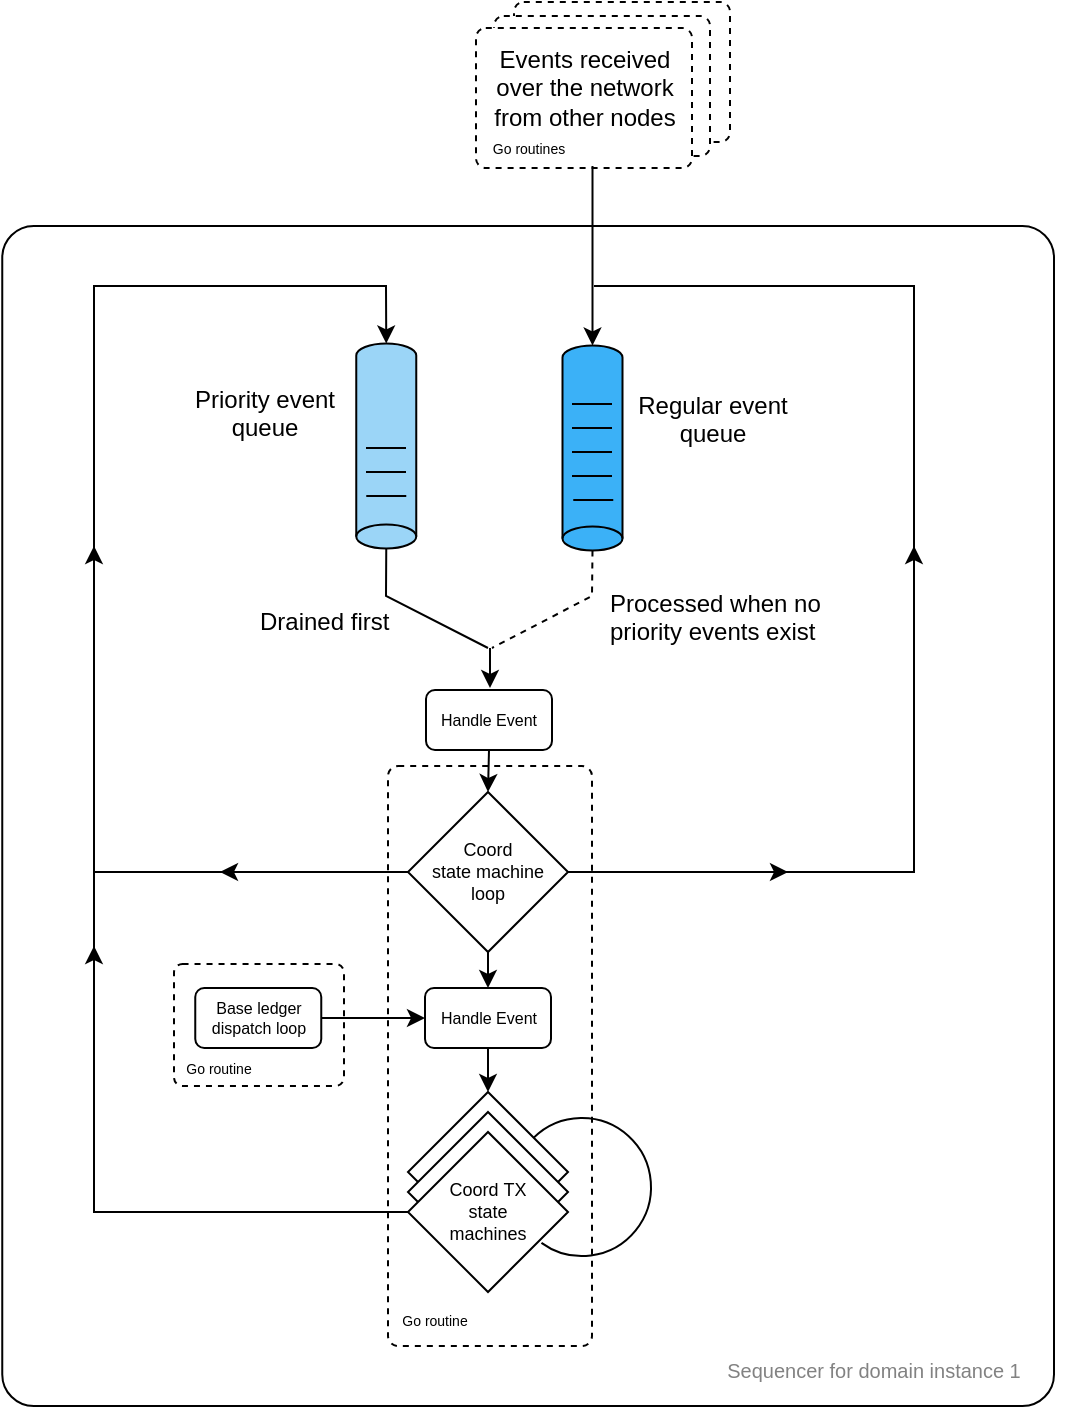
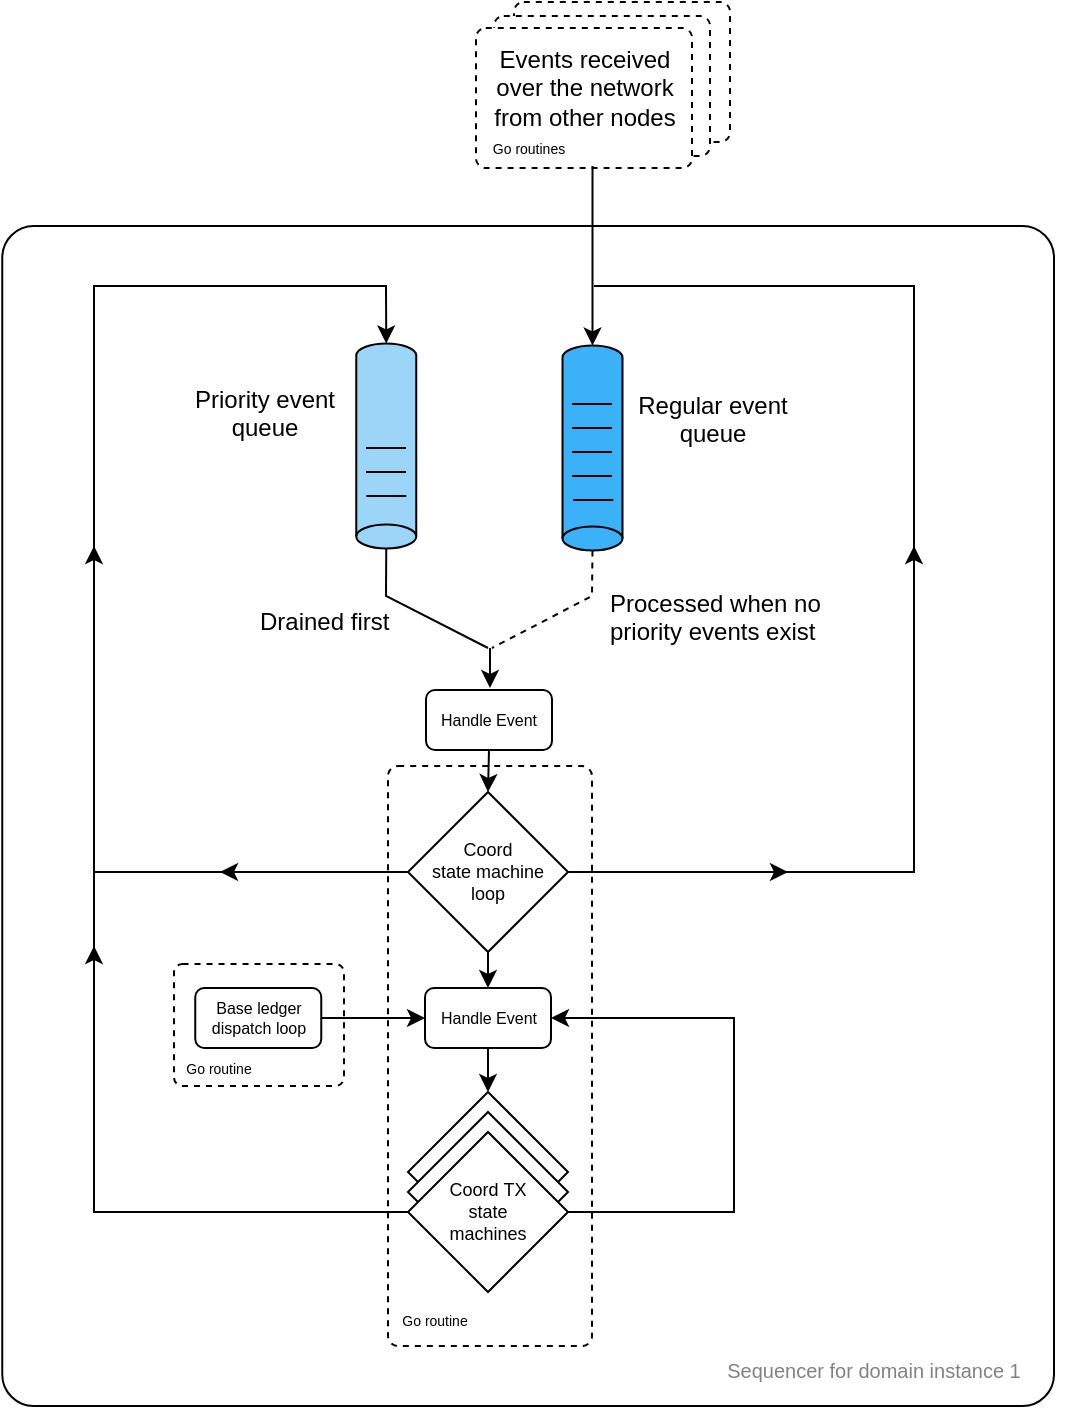
<mxfile host="app.diagrams.net" agent="Mozilla/5.0 (Macintosh; Intel Mac OS X 10_15_7) AppleWebKit/537.36 (KHTML, like Gecko) Chrome/139.0.0.0 Safari/537.36">
  <diagram name="Page-1" id="C8NSOBrv79tDnDeP1kUS">
    <mxGraphModel dx="1078" dy="1001" grid="1" gridSize="10" guides="1" tooltips="1" connect="1" arrows="1" fold="1" page="1" pageScale="1" pageWidth="827" pageHeight="1169" math="0" shadow="0">
      <root>
        <mxCell id="0" />
        <mxCell id="1" parent="0" />
        <mxCell id="hJJGvJK_ioRVoAejF05v-124" parent="1" style="rounded=1;whiteSpace=wrap;verticalAlign=middle;spacing=0;fontSize=8;dashed=1;fillColor=none;arcSize=7;" value="" vertex="1">
          <mxGeometry height="61" width="85" x="1030" y="489" as="geometry" />
        </mxCell>
        <mxCell id="hJJGvJK_ioRVoAejF05v-149" parent="1" style="rounded=1;whiteSpace=wrap;verticalAlign=middle;spacing=0;fontSize=8;dashed=1;fillColor=default;arcSize=7;" value="" vertex="1">
          <mxGeometry height="70" width="108" x="1200" y="8" as="geometry" />
        </mxCell>
        <mxCell id="hJJGvJK_ioRVoAejF05v-148" parent="1" style="rounded=1;whiteSpace=wrap;verticalAlign=middle;spacing=0;fontSize=8;dashed=1;fillColor=default;arcSize=7;" value="" vertex="1">
          <mxGeometry height="70" width="108" x="1190" y="15" as="geometry" />
        </mxCell>
        <mxCell id="hJJGvJK_ioRVoAejF05v-144" parent="1" style="rounded=1;whiteSpace=wrap;verticalAlign=middle;spacing=0;fontSize=8;dashed=1;fillColor=default;arcSize=7;" value="" vertex="1">
          <mxGeometry height="70" width="108" x="1181" y="21" as="geometry" />
        </mxCell>
        <mxCell id="aNiqXzNtH5demji9GXow-4" parent="1" style="rounded=1;whiteSpace=wrap;html=1;arcSize=3;align=left;verticalAlign=bottom;spacingLeft=8;spacingBottom=4;fillColor=none;" value="" vertex="1">
          <mxGeometry height="590" width="525.87" x="944.13" y="120" as="geometry" />
        </mxCell>
        <mxCell id="hJJGvJK_ioRVoAejF05v-123" parent="1" style="rounded=1;whiteSpace=wrap;verticalAlign=middle;spacing=0;fontSize=8;dashed=1;fillColor=none;arcSize=5;" value="" vertex="1">
          <mxGeometry height="290" width="102" x="1137" y="390" as="geometry" />
        </mxCell>
        <mxCell id="aNiqXzNtH5demji9GXow-8" parent="1" style="rhombus;whiteSpace=wrap;html=1;fontSize=9;fillColor=default;" value="&lt;font&gt;Coord&lt;/font&gt;&lt;div&gt;&lt;div&gt;&lt;font&gt;state&amp;nbsp;&lt;/font&gt;&lt;span style=&quot;background-color: transparent; color: light-dark(rgb(0, 0, 0), rgb(255, 255, 255));&quot;&gt;machine&lt;/span&gt;&lt;/div&gt;&lt;div&gt;&lt;font&gt;loop&lt;/font&gt;&lt;/div&gt;&lt;/div&gt;" vertex="1">
          <mxGeometry height="80" width="80" x="1147" y="403" as="geometry" />
        </mxCell>
        <mxCell id="aNiqXzNtH5demji9GXow-9" parent="1" style="rhombus;whiteSpace=wrap;html=1;fontSize=9;" value="&lt;font&gt;Coord&lt;/font&gt;&lt;div&gt;&lt;font&gt;TX state&lt;/font&gt;&lt;/div&gt;&lt;div&gt;&lt;font&gt;machine&lt;/font&gt;&lt;/div&gt;" vertex="1">
          <mxGeometry height="80" width="80" x="1147" y="553" as="geometry" />
        </mxCell>
        <mxCell id="aNiqXzNtH5demji9GXow-10" parent="1" style="rhombus;whiteSpace=wrap;html=1;fontSize=9;" value="&lt;font&gt;Coord&lt;/font&gt;&lt;div&gt;&lt;font&gt;TX state&lt;/font&gt;&lt;/div&gt;&lt;div&gt;&lt;font&gt;machine&lt;/font&gt;&lt;/div&gt;" vertex="1">
          <mxGeometry height="80" width="80" x="1147" y="563" as="geometry" />
        </mxCell>
        <mxCell id="aNiqXzNtH5demji9GXow-11" parent="1" style="rhombus;whiteSpace=wrap;html=1;fontSize=9;direction=south;" value="&lt;font&gt;Coord&amp;nbsp;&lt;/font&gt;&lt;span style=&quot;background-color: transparent; color: light-dark(rgb(0, 0, 0), rgb(255, 255, 255));&quot;&gt;TX&lt;/span&gt;&lt;div&gt;&lt;div&gt;&lt;font&gt;state&lt;/font&gt;&lt;/div&gt;&lt;div&gt;&lt;span style=&quot;background-color: transparent; color: light-dark(rgb(0, 0, 0), rgb(255, 255, 255));&quot;&gt;machines&lt;/span&gt;&lt;/div&gt;&lt;/div&gt;" vertex="1">
          <mxGeometry height="80" width="80" x="1147" y="573" as="geometry" />
        </mxCell>
        <mxCell id="RWjuaOt8oKPFvKvxVDz4-2" parent="1" style="shape=cylinder3;whiteSpace=wrap;html=1;boundedLbl=1;backgroundOutline=1;size=5.999999999999773;rotation=90;direction=south;fillColor=#9BD5F7;" value="" vertex="1">
          <mxGeometry height="30" width="102.5" x="1084.88" y="215" as="geometry" />
        </mxCell>
        <mxCell id="RWjuaOt8oKPFvKvxVDz4-19" edge="1" parent="1" source="aNiqXzNtH5demji9GXow-8" style="endArrow=classic;html=1;rounded=0;exitX=0.5;exitY=1;exitDx=0;exitDy=0;entryX=0.5;entryY=0;entryDx=0;entryDy=0;" target="hJJGvJK_ioRVoAejF05v-150" value="">
          <mxGeometry height="50" relative="1" width="50" as="geometry">
            <mxPoint x="1146.6" y="416" as="sourcePoint" />
            <mxPoint x="1530" y="460" as="targetPoint" />
          </mxGeometry>
        </mxCell>
        <mxCell id="hJJGvJK_ioRVoAejF05v-11" edge="1" parent="1" style="endArrow=none;html=1;rounded=0;entryX=0.167;entryY=0.706;entryDx=0;entryDy=0;entryPerimeter=0;" value="">
          <mxGeometry height="50" relative="1" width="50" as="geometry">
            <mxPoint x="1126.13" y="255" as="sourcePoint" />
            <mxPoint x="1146.13" y="255" as="targetPoint" />
          </mxGeometry>
        </mxCell>
        <mxCell id="hJJGvJK_ioRVoAejF05v-15" parent="1" style="rounded=1;whiteSpace=wrap;fontSize=7;align=center;verticalAlign=top;arcSize=5;fontFamily=Helvetica;spacingLeft=6;spacingTop=2;html=1;textDirection=ltr;strokeColor=none;fillColor=none;" value="&lt;span style=&quot;font-size: 12px;&quot;&gt;Events received over the network from other nodes&lt;/span&gt;" vertex="1">
          <mxGeometry height="25" width="110.5" x="1177" y="21" as="geometry" />
        </mxCell>
        <mxCell id="hJJGvJK_ioRVoAejF05v-70" edge="1" parent="1" source="RWjuaOt8oKPFvKvxVDz4-2" style="endArrow=none;html=1;rounded=0;exitX=0.5;exitY=0;exitDx=0;exitDy=0;exitPerimeter=0;endFill=0;" value="">
          <mxGeometry height="50" relative="1" width="50" as="geometry">
            <Array as="points">
              <mxPoint x="1136" y="305" />
            </Array>
            <mxPoint x="947" y="535" as="sourcePoint" />
            <mxPoint x="1187" y="331" as="targetPoint" />
          </mxGeometry>
        </mxCell>
        <mxCell id="hJJGvJK_ioRVoAejF05v-71" parent="1" style="shape=cylinder3;whiteSpace=wrap;html=1;boundedLbl=1;backgroundOutline=1;size=5.999999999999773;rotation=90;direction=south;fillColor=light-dark(#3BB1F7,#6CD856);" value="" vertex="1">
          <mxGeometry height="30" width="102.5" x="1188" y="216" as="geometry" />
        </mxCell>
        <mxCell id="hJJGvJK_ioRVoAejF05v-72" edge="1" parent="1" style="endArrow=none;html=1;rounded=0;entryX=0.167;entryY=0.706;entryDx=0;entryDy=0;entryPerimeter=0;" value="">
          <mxGeometry height="50" relative="1" width="50" as="geometry">
            <mxPoint x="1229.63" y="257" as="sourcePoint" />
            <mxPoint x="1249.63" y="257" as="targetPoint" />
          </mxGeometry>
        </mxCell>
        <mxCell id="hJJGvJK_ioRVoAejF05v-73" edge="1" parent="1" source="hJJGvJK_ioRVoAejF05v-71" style="endArrow=none;html=1;rounded=0;exitX=0.5;exitY=0;exitDx=0;exitDy=0;exitPerimeter=0;dashed=1;endFill=0;" value="">
          <mxGeometry height="50" relative="1" width="50" as="geometry">
            <Array as="points">
              <mxPoint x="1239" y="305" />
            </Array>
            <mxPoint x="1312" y="282" as="sourcePoint" />
            <mxPoint x="1189" y="331" as="targetPoint" />
          </mxGeometry>
        </mxCell>
        <mxCell id="hJJGvJK_ioRVoAejF05v-74" edge="1" parent="1" style="endArrow=none;html=1;rounded=0;entryX=0.167;entryY=0.706;entryDx=0;entryDy=0;entryPerimeter=0;" value="">
          <mxGeometry height="50" relative="1" width="50" as="geometry">
            <mxPoint x="1126" y="243" as="sourcePoint" />
            <mxPoint x="1146" y="243" as="targetPoint" />
          </mxGeometry>
        </mxCell>
        <mxCell id="hJJGvJK_ioRVoAejF05v-75" edge="1" parent="1" style="endArrow=none;html=1;rounded=0;entryX=0.167;entryY=0.706;entryDx=0;entryDy=0;entryPerimeter=0;" value="">
          <mxGeometry height="50" relative="1" width="50" as="geometry">
            <mxPoint x="1126" y="231" as="sourcePoint" />
            <mxPoint x="1146" y="231" as="targetPoint" />
          </mxGeometry>
        </mxCell>
        <mxCell id="hJJGvJK_ioRVoAejF05v-78" edge="1" parent="1" style="endArrow=none;html=1;rounded=0;entryX=0.167;entryY=0.706;entryDx=0;entryDy=0;entryPerimeter=0;" value="">
          <mxGeometry height="50" relative="1" width="50" as="geometry">
            <mxPoint x="1229" y="245" as="sourcePoint" />
            <mxPoint x="1249" y="245" as="targetPoint" />
          </mxGeometry>
        </mxCell>
        <mxCell id="hJJGvJK_ioRVoAejF05v-79" edge="1" parent="1" style="endArrow=none;html=1;rounded=0;entryX=0.167;entryY=0.706;entryDx=0;entryDy=0;entryPerimeter=0;" value="">
          <mxGeometry height="50" relative="1" width="50" as="geometry">
            <mxPoint x="1229" y="233" as="sourcePoint" />
            <mxPoint x="1249" y="233" as="targetPoint" />
          </mxGeometry>
        </mxCell>
        <mxCell id="hJJGvJK_ioRVoAejF05v-80" edge="1" parent="1" style="endArrow=none;html=1;rounded=0;entryX=0.167;entryY=0.706;entryDx=0;entryDy=0;entryPerimeter=0;" value="">
          <mxGeometry height="50" relative="1" width="50" as="geometry">
            <mxPoint x="1229" y="221" as="sourcePoint" />
            <mxPoint x="1249" y="221" as="targetPoint" />
          </mxGeometry>
        </mxCell>
        <mxCell id="hJJGvJK_ioRVoAejF05v-81" parent="1" style="rounded=1;whiteSpace=wrap;fontSize=7;align=center;verticalAlign=top;arcSize=5;fontFamily=Helvetica;spacingLeft=6;spacingTop=2;html=1;textDirection=ltr;strokeColor=none;fillColor=none;" value="&lt;span style=&quot;font-size: 12px;&quot;&gt;Priority event queue&lt;/span&gt;" vertex="1">
          <mxGeometry height="25" width="97" x="1023.63" y="191" as="geometry" />
        </mxCell>
        <mxCell id="hJJGvJK_ioRVoAejF05v-82" parent="1" style="rounded=1;whiteSpace=wrap;fontSize=7;align=center;verticalAlign=top;arcSize=5;fontFamily=Helvetica;spacingLeft=6;spacingTop=2;html=1;textDirection=ltr;strokeColor=none;fillColor=none;" value="&lt;span style=&quot;font-size: 12px;&quot;&gt;Regular event queue&lt;/span&gt;" vertex="1">
          <mxGeometry height="25" width="93" x="1250" y="194" as="geometry" />
        </mxCell>
        <mxCell id="hJJGvJK_ioRVoAejF05v-83" edge="1" parent="1" style="endArrow=none;html=1;rounded=0;entryX=0.167;entryY=0.706;entryDx=0;entryDy=0;entryPerimeter=0;" value="">
          <mxGeometry height="50" relative="1" width="50" as="geometry">
            <mxPoint x="1229" y="209" as="sourcePoint" />
            <mxPoint x="1249" y="209" as="targetPoint" />
          </mxGeometry>
        </mxCell>
        <mxCell id="hJJGvJK_ioRVoAejF05v-84" parent="1" style="rounded=1;whiteSpace=wrap;fontSize=7;align=left;verticalAlign=top;arcSize=5;fontFamily=Helvetica;spacingLeft=6;spacingTop=2;html=1;textDirection=ltr;strokeColor=none;fillColor=none;" value="&lt;span style=&quot;font-size: 12px;&quot;&gt;Drained first&lt;/span&gt;" vertex="1">
          <mxGeometry height="25" width="85.37" x="1065" y="302" as="geometry" />
        </mxCell>
        <mxCell id="hJJGvJK_ioRVoAejF05v-85" parent="1" style="rounded=1;whiteSpace=wrap;fontSize=7;align=left;verticalAlign=top;arcSize=5;fontFamily=Helvetica;spacingLeft=6;spacingTop=2;html=1;textDirection=ltr;strokeColor=none;fillColor=none;" value="&lt;span style=&quot;font-size: 12px;&quot;&gt;Processed when no priority events exist&lt;/span&gt;" vertex="1">
          <mxGeometry height="25" width="119" x="1240" y="292.75" as="geometry" />
        </mxCell>
        <mxCell id="hJJGvJK_ioRVoAejF05v-87" edge="1" parent="1" source="hJJGvJK_ioRVoAejF05v-147" style="endArrow=classic;html=1;rounded=0;entryX=0.5;entryY=1;entryDx=0;entryDy=0;entryPerimeter=0;exitX=0.882;exitY=0.84;exitDx=0;exitDy=0;exitPerimeter=0;" target="hJJGvJK_ioRVoAejF05v-71" value="">
          <mxGeometry height="50" relative="1" width="50" as="geometry">
            <mxPoint x="1240" y="120" as="sourcePoint" />
            <mxPoint x="970" y="420" as="targetPoint" />
          </mxGeometry>
        </mxCell>
        <mxCell id="hJJGvJK_ioRVoAejF05v-88" edge="1" parent="1" source="aNiqXzNtH5demji9GXow-8" style="endArrow=none;html=1;rounded=0;exitX=1;exitY=0.5;exitDx=0;exitDy=0;endFill=0;" value="">
          <mxGeometry height="50" relative="1" width="50" as="geometry">
            <Array as="points">
              <mxPoint x="1400" y="443" />
              <mxPoint x="1400" y="150" />
            </Array>
            <mxPoint x="920" y="470" as="sourcePoint" />
            <mxPoint x="1240" y="150" as="targetPoint" />
          </mxGeometry>
        </mxCell>
        <mxCell id="hJJGvJK_ioRVoAejF05v-90" edge="1" parent="1" source="aNiqXzNtH5demji9GXow-8" style="endArrow=classic;html=1;rounded=0;entryX=0.5;entryY=1;entryDx=0;entryDy=0;entryPerimeter=0;exitX=0;exitY=0.5;exitDx=0;exitDy=0;" target="RWjuaOt8oKPFvKvxVDz4-2" value="">
          <mxGeometry height="50" relative="1" width="50" as="geometry">
            <Array as="points">
              <mxPoint x="990" y="443" />
              <mxPoint x="990" y="150" />
              <mxPoint x="1136" y="150" />
            </Array>
            <mxPoint x="960" y="450" as="sourcePoint" />
            <mxPoint x="970" y="420" as="targetPoint" />
          </mxGeometry>
        </mxCell>
        <mxCell id="hJJGvJK_ioRVoAejF05v-98" parent="1" style="rounded=0;whiteSpace=wrap;html=1;strokeColor=none;fillColor=none;" value="&lt;font style=&quot;color: rgb(130, 130, 130); font-size: 10px;&quot;&gt;Sequencer for domain instance 1&lt;/font&gt;" vertex="1">
          <mxGeometry height="21" width="188" x="1286" y="681" as="geometry" />
        </mxCell>
        <mxCell id="hJJGvJK_ioRVoAejF05v-102" parent="1" style="rounded=1;whiteSpace=wrap;verticalAlign=middle;spacing=0;fontSize=8;" value="Handle Event" vertex="1">
          <mxGeometry height="30" width="63" x="1156" y="352" as="geometry" />
        </mxCell>
        <mxCell id="hJJGvJK_ioRVoAejF05v-103" edge="1" parent="1" source="hJJGvJK_ioRVoAejF05v-102" style="endArrow=classic;html=1;rounded=0;entryX=0.5;entryY=0;entryDx=0;entryDy=0;exitX=0.5;exitY=1;exitDx=0;exitDy=0;" target="aNiqXzNtH5demji9GXow-8" value="">
          <mxGeometry height="50" relative="1" width="50" as="geometry">
            <mxPoint x="1110" y="370" as="sourcePoint" />
            <mxPoint x="1160" y="320" as="targetPoint" />
          </mxGeometry>
        </mxCell>
        <mxCell id="hJJGvJK_ioRVoAejF05v-105" edge="1" parent="1" style="endArrow=classic;html=1;rounded=0;" value="">
          <mxGeometry height="50" relative="1" width="50" as="geometry">
            <mxPoint x="1188" y="331" as="sourcePoint" />
            <mxPoint x="1188" y="351" as="targetPoint" />
          </mxGeometry>
        </mxCell>
        <mxCell id="hJJGvJK_ioRVoAejF05v-107" edge="1" parent="1" source="aNiqXzNtH5demji9GXow-8" style="endArrow=classic;html=1;rounded=0;exitX=1;exitY=0.5;exitDx=0;exitDy=0;" value="">
          <mxGeometry height="50" relative="1" width="50" as="geometry">
            <mxPoint x="1110" y="370" as="sourcePoint" />
            <mxPoint x="1337" y="443" as="targetPoint" />
          </mxGeometry>
        </mxCell>
        <mxCell id="hJJGvJK_ioRVoAejF05v-108" edge="1" parent="1" source="aNiqXzNtH5demji9GXow-8" style="endArrow=classic;html=1;rounded=0;exitX=0;exitY=0.5;exitDx=0;exitDy=0;" value="">
          <mxGeometry height="50" relative="1" width="50" as="geometry">
            <mxPoint x="1330" y="440" as="sourcePoint" />
            <mxPoint x="1053" y="443" as="targetPoint" />
          </mxGeometry>
        </mxCell>
        <mxCell id="hJJGvJK_ioRVoAejF05v-109" edge="1" parent="1" style="endArrow=classic;html=1;rounded=0;" value="">
          <mxGeometry height="50" relative="1" width="50" as="geometry">
            <mxPoint x="1400" y="360" as="sourcePoint" />
            <mxPoint x="1400" y="280" as="targetPoint" />
          </mxGeometry>
        </mxCell>
        <mxCell id="hJJGvJK_ioRVoAejF05v-110" edge="1" parent="1" style="endArrow=classic;html=1;rounded=0;" value="">
          <mxGeometry height="50" relative="1" width="50" as="geometry">
            <mxPoint x="990" y="360" as="sourcePoint" />
            <mxPoint x="990" y="280" as="targetPoint" />
          </mxGeometry>
        </mxCell>
        <mxCell id="hJJGvJK_ioRVoAejF05v-117" edge="1" parent="1" source="aNiqXzNtH5demji9GXow-11" style="endArrow=classic;html=1;rounded=0;exitX=0.5;exitY=1;exitDx=0;exitDy=0;" value="">
          <mxGeometry height="50" relative="1" width="50" as="geometry">
            <Array as="points">
              <mxPoint x="990" y="613" />
            </Array>
            <mxPoint x="1279.8" y="436.0049999999999" as="sourcePoint" />
            <mxPoint x="990" y="480" as="targetPoint" />
          </mxGeometry>
        </mxCell>
        <mxCell id="hJJGvJK_ioRVoAejF05v-121" parent="1" style="rounded=1;whiteSpace=wrap;verticalAlign=middle;spacing=0;fontSize=8;" value="Base ledger dispatch loop" vertex="1">
          <mxGeometry height="30" width="63" x="1040.63" y="501" as="geometry" />
        </mxCell>
        <mxCell id="hJJGvJK_ioRVoAejF05v-122" edge="1" parent="1" source="hJJGvJK_ioRVoAejF05v-121" style="endArrow=classic;html=1;rounded=0;entryX=0;entryY=0.5;entryDx=0;entryDy=0;exitX=1;exitY=0.5;exitDx=0;exitDy=0;" target="hJJGvJK_ioRVoAejF05v-150" value="">
          <mxGeometry height="50" relative="1" width="50" as="geometry">
            <mxPoint x="990" y="400" as="sourcePoint" />
            <mxPoint x="1040" y="350" as="targetPoint" />
          </mxGeometry>
        </mxCell>
        <mxCell id="hJJGvJK_ioRVoAejF05v-125" parent="1" style="rounded=1;whiteSpace=wrap;fontSize=7;align=center;verticalAlign=top;arcSize=5;fontFamily=Helvetica;spacingLeft=6;spacingTop=2;html=1;textDirection=ltr;strokeColor=none;fillColor=none;" value="&lt;font&gt;Go routine&lt;/font&gt;" vertex="1">
          <mxGeometry height="25" width="91" x="1112" y="655" as="geometry" />
        </mxCell>
        <mxCell id="hJJGvJK_ioRVoAejF05v-127" parent="1" style="rounded=1;whiteSpace=wrap;fontSize=7;align=center;verticalAlign=top;arcSize=5;fontFamily=Helvetica;spacingLeft=6;spacingTop=2;html=1;textDirection=ltr;strokeColor=none;fillColor=none;" value="&lt;font&gt;Go routine&lt;/font&gt;" vertex="1">
          <mxGeometry height="25" width="91" x="1004" y="529" as="geometry" />
        </mxCell>
        <mxCell id="hJJGvJK_ioRVoAejF05v-135" edge="1" parent="1" style="endArrow=none;html=1;rounded=0;endFill=0;" value="">
          <mxGeometry height="50" relative="1" width="50" as="geometry">
            <mxPoint x="990" y="500" as="sourcePoint" />
            <mxPoint x="990" y="390" as="targetPoint" />
          </mxGeometry>
        </mxCell>
        <mxCell id="hJJGvJK_ioRVoAejF05v-147" parent="1" style="rounded=1;whiteSpace=wrap;fontSize=7;align=center;verticalAlign=top;arcSize=5;fontFamily=Helvetica;spacingLeft=6;spacingTop=2;html=1;textDirection=ltr;strokeColor=none;fillColor=none;" value="&lt;font&gt;Go routines&lt;/font&gt;" vertex="1">
          <mxGeometry height="25" width="91" x="1159" y="69" as="geometry" />
        </mxCell>
        <mxCell id="hJJGvJK_ioRVoAejF05v-150" parent="1" style="rounded=1;whiteSpace=wrap;verticalAlign=middle;spacing=0;fontSize=8;" value="Handle Event" vertex="1">
          <mxGeometry height="30" width="63" x="1155.5" y="501" as="geometry" />
        </mxCell>
        <mxCell id="hJJGvJK_ioRVoAejF05v-151" edge="1" parent="1" source="hJJGvJK_ioRVoAejF05v-150" style="endArrow=classic;html=1;rounded=0;exitX=0.5;exitY=1;exitDx=0;exitDy=0;entryX=0.5;entryY=0;entryDx=0;entryDy=0;" target="aNiqXzNtH5demji9GXow-9" value="">
          <mxGeometry height="50" relative="1" width="50" as="geometry">
            <mxPoint x="1180" y="500" as="sourcePoint" />
            <mxPoint x="1180" y="524" as="targetPoint" />
          </mxGeometry>
        </mxCell>
-         <mxCell id="hJJGvJK_ioRVoAejF05v-153" parent="1" style="shape=mxgraph.basic.arc;html=1;startAngle=0.37609760289585414;endAngle=0.1;endArrow=none;endFill=0;startArrow=classic;startFill=1;rotation=-180;" value="" vertex="1">
-           <mxGeometry height="69" width="69" x="1199.5" y="566" as="geometry" />
+         <mxCell id="hJJGvJK_ioRVoAejF05v-155" edge="1" parent="1" source="aNiqXzNtH5demji9GXow-11" style="endArrow=classic;html=1;rounded=0;exitX=0.5;exitY=0;exitDx=0;exitDy=0;entryX=1;entryY=0.5;entryDx=0;entryDy=0;" target="hJJGvJK_ioRVoAejF05v-150" value="">
+           <mxGeometry height="50" relative="1" width="50" as="geometry">
+             <Array as="points">
+               <mxPoint x="1310" y="613" />
+               <mxPoint x="1310" y="516" />
+             </Array>
+             <mxPoint x="1147" y="673" as="sourcePoint" />
+             <mxPoint x="990" y="540" as="targetPoint" />
+           </mxGeometry>
        </mxCell>
      </root>
    </mxGraphModel>
  </diagram>
</mxfile>
